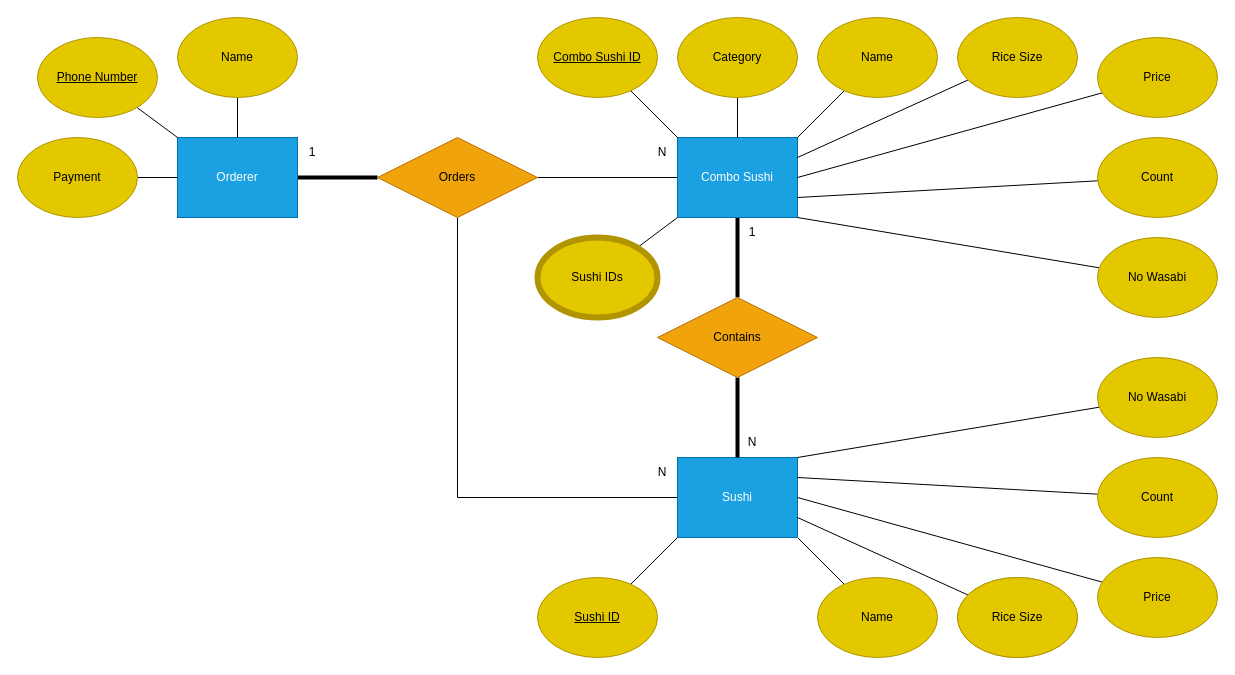
Earlier version of the draw.io diagram tasks/db_modelling_1/diagram_2.dio (MrSung/praha_challenge). Source tidied: cells renumbered, new cells numbered last; positions are measured from the earlier drawing's top-left corner, leaving out a move shared by most shapes. Both pictures are drawn from the tidied source at 100%, with x=0, y=0 at pixel (17, 17).
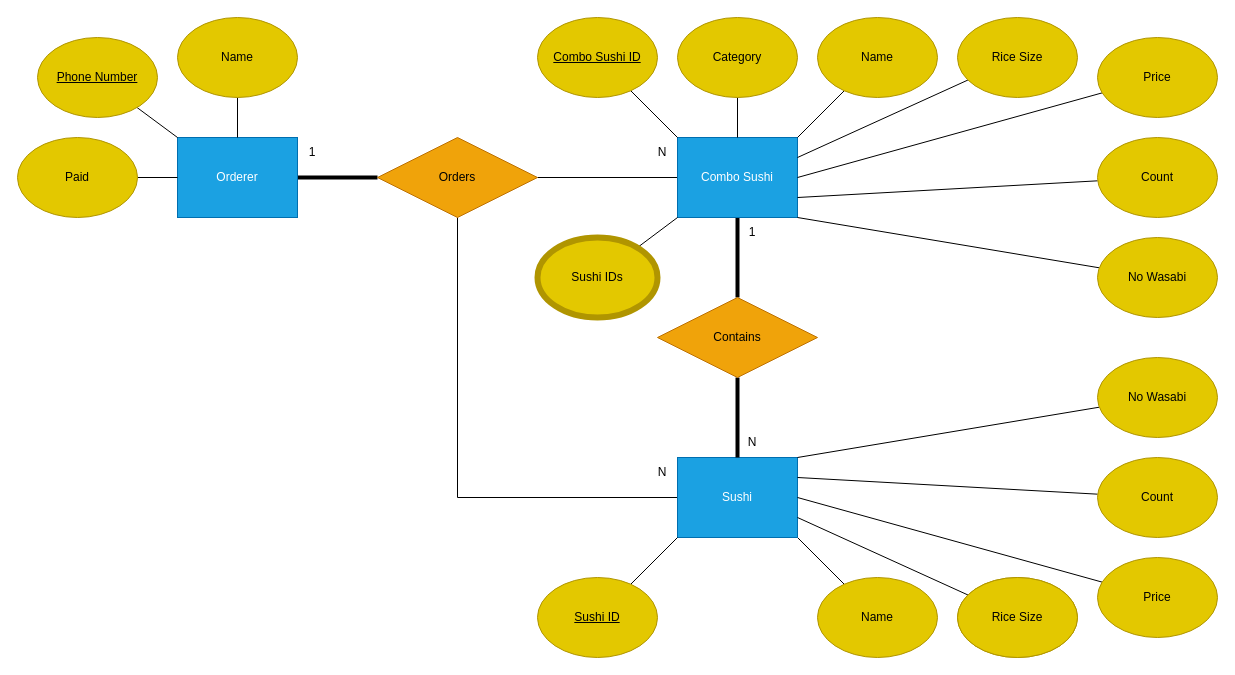
After the change.

What changed in the source:
```diff
@@
-    <mxCell id="12" value="Payment" style="ellipse;whiteSpace=wrap;html=1;fillColor=#e3c800;fontColor=#000000;strokeColor=#B09500;" parent="1" vertex="1">
+    <mxCell id="12" value="Paid" style="ellipse;whiteSpace=wrap;html=1;fillColor=#e3c800;fontColor=#000000;strokeColor=#B09500;" parent="1" vertex="1">
       <mxGeometry y="120" width="120" height="80" as="geometry" />
     </mxCell>
```
